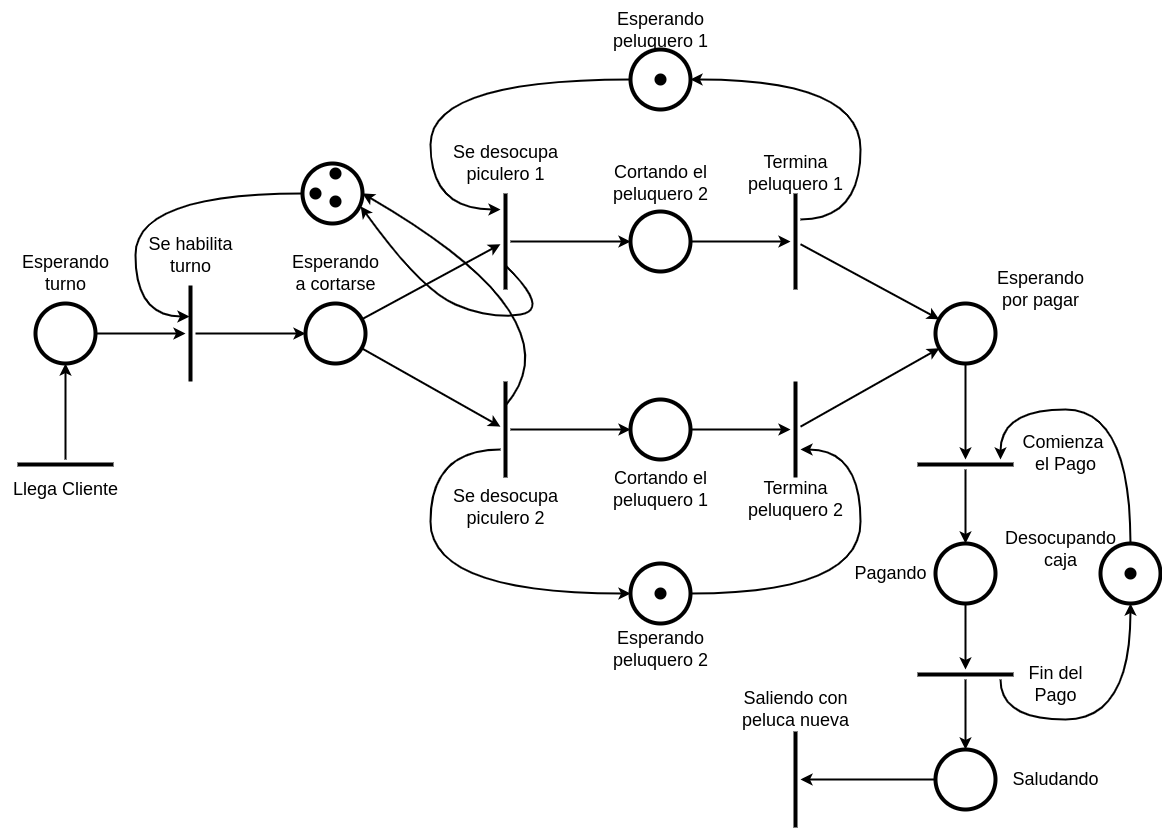
c97Ernesto/IngenieriaSoftware1 keeps this draw.io diagram as Practica/Practica5-RP/drawios/ejercicio03_RP.drawio.png. Above is the earlier version. Source tidied: cells renumbered, new cells last; positions are measured from the earlier drawing's top-left corner, leaving out a move shared by most shapes.
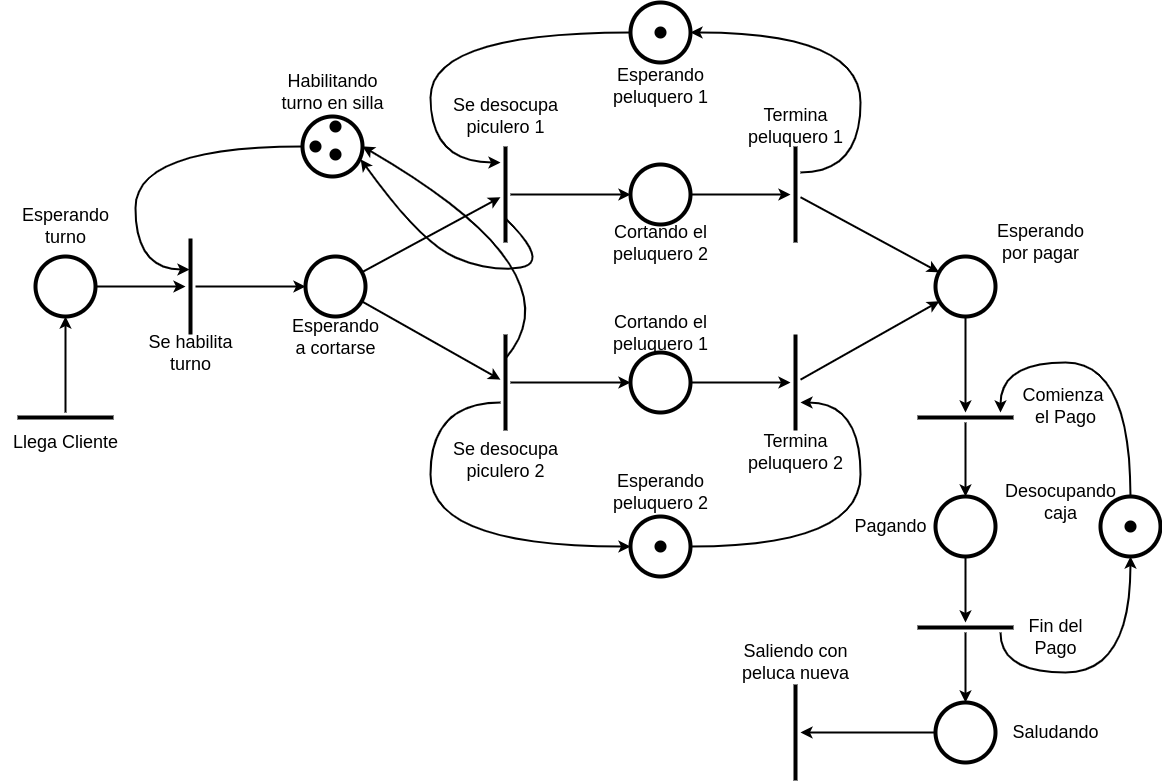
Above is the later version.

Change to the diagram source:
```diff
@@ -18,10 +18,10 @@
       <mxGeometry x="305" y="303" width="60" height="60" as="geometry" />
     </mxCell>
     <mxCell id="7" value="Se habilita&lt;br&gt;turno" style="text;html=1;align=center;verticalAlign=middle;strokeColor=none;fillColor=none;fontSize=18;" parent="1" vertex="1">
-      <mxGeometry x="135" y="225" width="110" height="60" as="geometry" />
+      <mxGeometry x="135" y="370" width="110" height="60" as="geometry" />
     </mxCell>
     <mxCell id="8" value="Esperando&lt;br&gt;a cortarse" style="text;html=1;align=center;verticalAlign=middle;strokeColor=none;fillColor=none;fontSize=18;" parent="1" vertex="1">
-      <mxGeometry x="280" y="243" width="110" height="60" as="geometry" />
+      <mxGeometry x="280" y="354" width="110" height="60" as="geometry" />
     </mxCell>
     <mxCell id="9" style="edgeStyle=orthogonalEdgeStyle;jettySize=auto;html=1;curved=1;strokeWidth=2;" parent="1" edge="1" source="10">
       <mxGeometry relative="1" as="geometry">
@@ -156,10 +156,10 @@
       <mxGeometry x="630" y="399" width="60" height="60" as="geometry" />
     </mxCell>
     <mxCell id="46" value="Cortando el&lt;br&gt;peluquero 1" style="text;html=1;align=center;verticalAlign=middle;strokeColor=none;fillColor=none;fontSize=18;" parent="1" vertex="1">
-      <mxGeometry x="600" y="459" width="120" height="60" as="geometry" />
+      <mxGeometry x="600" y="350" width="120" height="60" as="geometry" />
     </mxCell>
     <mxCell id="47" value="Cortando el&lt;br&gt;peluquero 2" style="text;html=1;align=center;verticalAlign=middle;strokeColor=none;fillColor=none;fontSize=18;" parent="1" vertex="1">
-      <mxGeometry x="600" y="153" width="120" height="60" as="geometry" />
+      <mxGeometry x="600" y="260" width="120" height="60" as="geometry" />
     </mxCell>
     <mxCell id="48" style="rounded=0;jettySize=auto;html=1;strokeWidth=2;" parent="1" edge="1" source="49" target="20">
       <mxGeometry relative="1" as="geometry" />
@@ -253,10 +253,13 @@
       <mxGeometry x="995" y="519" width="130" height="60" as="geometry" />
     </mxCell>
     <mxCell id="70" value="Esperando&lt;br&gt;peluquero 1" style="text;html=1;align=center;verticalAlign=middle;strokeColor=none;fillColor=none;fontSize=18;" parent="1" vertex="1">
-      <mxGeometry x="600" width="120" height="60" as="geometry" />
+      <mxGeometry x="600" y="103" width="120" height="60" as="geometry" />
     </mxCell>
     <mxCell id="71" value="Esperando&lt;br&gt;peluquero 2" style="text;html=1;align=center;verticalAlign=middle;strokeColor=none;fillColor=none;fontSize=18;" parent="1" vertex="1">
-      <mxGeometry x="600" y="619" width="120" height="60" as="geometry" />
+      <mxGeometry x="600" y="509" width="120" height="60" as="geometry" />
     </mxCell>
+    <mxCell id="72" value="Habilitando&lt;br&gt;turno en silla" style="text;html=1;align=center;verticalAlign=middle;strokeColor=none;fillColor=none;fontSize=18;" parent="1" vertex="1">
+      <mxGeometry x="267" y="109" width="130" height="60" as="geometry" />
+    </mxCell>
   </root>
 </mxGraphModel>
```
